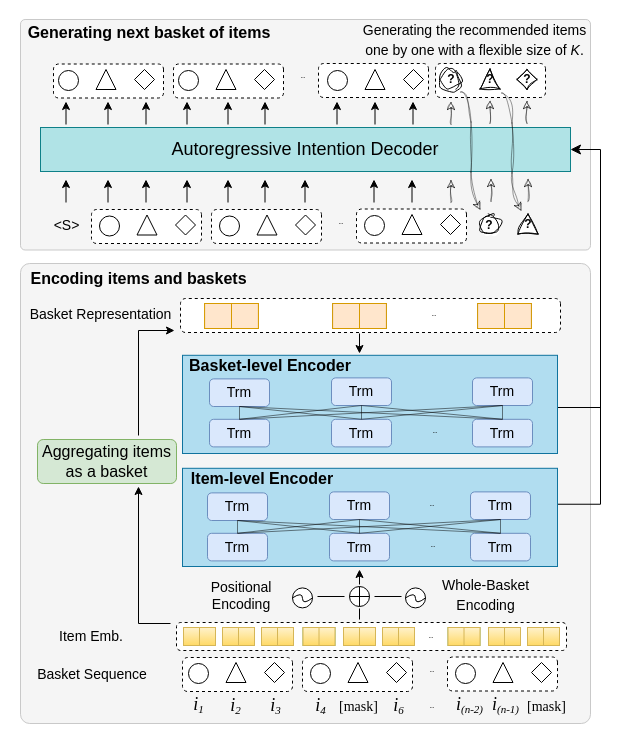
wenqisun/data keeps this draw.io diagram as architecture.drawio. Above is the earlier version. Source tidied: cells renumbered, new cells numbered last; positions are measured from the earlier drawing's top-left corner, leaving out a move shared by most shapes. Both pictures are drawn from the tidied source at 100%, with x=0, y=0 at pixel (17, 17).
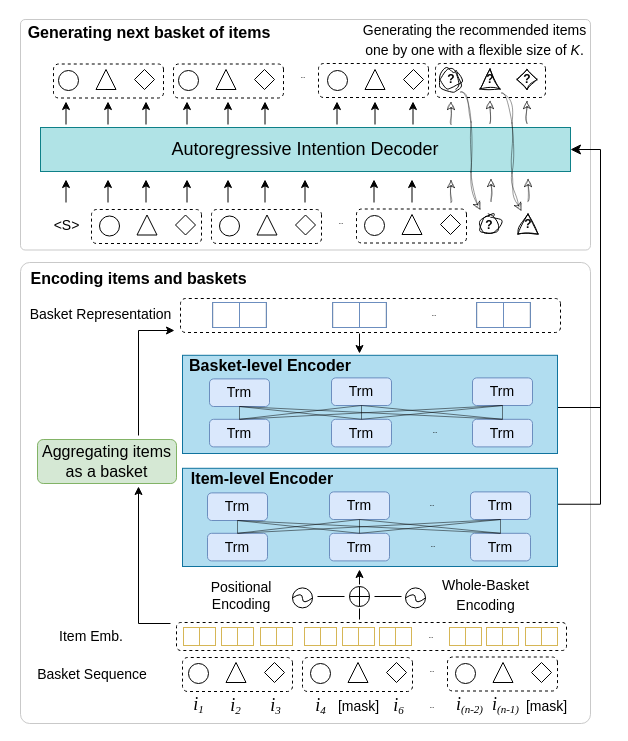
The same page after the edit.

Unchanged cells that the change refers to:
```xml
<mxCell id="102" style="group;" parent="1" vertex="1">
  <mxGeometry x="164" y="445" width="376" height="116" as="geometry" />
</mxCell>
<mxCell id="134" style="group;" parent="1" vertex="1">
  <mxGeometry x="163" y="280" width="380" height="35" as="geometry" />
</mxCell>
```

What changed in the source:
```diff
@@
+    <mxCell id="191" style="rounded=1;whiteSpace=wrap;html=1;fontFamily=Comic Sans MS;fontSize=12;arcSize=2;strokeColor=#c9c9c9;" parent="1" vertex="1">
+      <mxGeometry x="3" y="245" width="570" height="461" as="geometry" />
+    </mxCell>
-    <mxCell id="2" style="rounded=1;whiteSpace=wrap;html=1;fontFamily=Comic Sans MS;fontSize=12;arcSize=2;fillColor=#f5f5f5;strokeColor=#C9C9C9;fontColor=#333333;" parent="1" vertex="1">
+    <mxCell id="2" style="rounded=1;whiteSpace=wrap;html=1;fontFamily=Comic Sans MS;fontSize=12;arcSize=2;strokeColor=#C9C9C9;" parent="1" vertex="1">
       <mxGeometry x="3" y="2" width="570" height="230.5" as="geometry" />
     </mxCell>
-    <mxCell id="3" style="rounded=1;whiteSpace=wrap;html=1;fontFamily=Comic Sans MS;fontSize=12;arcSize=2;fillColor=#f5f5f5;strokeColor=#C9C9C9;fontColor=#333333;" parent="1" vertex="1">
-      <mxGeometry x="3" y="246" width="570" height="460" as="geometry" />
-    </mxCell>
@@
-    <mxCell id="6" value="&lt;font style=&quot;font-size: 16px;&quot;&gt;Aggregating items &lt;br&gt;as a basket&lt;/font&gt;" style="rounded=1;whiteSpace=wrap;html=1;fontSize=14;fillColor=#d5e8d4;strokeColor=#82b366;arcSize=13;" parent="1" vertex="1">
+    <mxCell id="6" value="&lt;font style=&quot;font-size: 16px;&quot;&gt;Aggregating items &lt;br&gt;as a basket&lt;/font&gt;" style="rounded=1;whiteSpace=wrap;html=1;fontSize=14;fillColor=#d5e8d4;strokeColor=#82b366;arcSize=13;gradientColor=none;" parent="1" vertex="1">
       <mxGeometry x="20" y="422" width="139" height="44" as="geometry" />
     </mxCell>
@@
-    <mxCell id="9" style="group;fillColor=#d5e8d4;strokeColor=#82b366;" parent="1" vertex="1">
-      <mxGeometry x="205" y="610" width="32" height="18" as="geometry" />
-    </mxCell>
-    <mxCell id="10" style="rounded=0;whiteSpace=wrap;html=1;fontFamily=Comic Sans MS;fontSize=11;fillColor=#fff2cc;strokeColor=#d6b656;gradientColor=#ffd966;" parent="9" vertex="1">
-      <mxGeometry width="32" height="18" as="geometry" />
-    </mxCell>
-    <mxCell id="11" style="endArrow=none;html=1;rounded=0;fontFamily=Comic Sans MS;fontSize=11;entryX=0.5;entryY=0;entryDx=0;entryDy=0;exitX=0.5;exitY=1;exitDx=0;exitDy=0;fillColor=#fff2cc;strokeColor=#d6b656;gradientColor=#ffd966;" parent="9" edge="1" source="10" target="10">
-      <mxGeometry relative="1" as="geometry" />
-    </mxCell>
-    <mxCell id="12" style="group;fillColor=#d5e8d4;strokeColor=#82b366;" parent="1" vertex="1">
-      <mxGeometry x="244" y="610" width="32" height="18" as="geometry" />
-    </mxCell>
-    <mxCell id="13" style="rounded=0;whiteSpace=wrap;html=1;fontFamily=Comic Sans MS;fontSize=11;fillColor=#fff2cc;strokeColor=#d6b656;gradientColor=#ffd966;" parent="12" vertex="1">
-      <mxGeometry width="32" height="18" as="geometry" />
-    </mxCell>
-    <mxCell id="14" style="endArrow=none;html=1;rounded=0;fontFamily=Comic Sans MS;fontSize=11;entryX=0.5;entryY=0;entryDx=0;entryDy=0;exitX=0.5;exitY=1;exitDx=0;exitDy=0;fillColor=#fff2cc;strokeColor=#d6b656;gradientColor=#ffd966;" parent="12" edge="1" source="13" target="13">
-      <mxGeometry relative="1" as="geometry" />
-    </mxCell>
-    <mxCell id="15" style="group;fillColor=#d5e8d4;strokeColor=#82b366;" parent="1" vertex="1">
-      <mxGeometry x="285.5" y="610" width="32" height="18" as="geometry" />
-    </mxCell>
-    <mxCell id="16" style="rounded=0;whiteSpace=wrap;html=1;fontFamily=Comic Sans MS;fontSize=11;fillColor=#fff2cc;strokeColor=#d6b656;gradientColor=#ffd966;" parent="15" vertex="1">
-      <mxGeometry width="32" height="18" as="geometry" />
-    </mxCell>
-    <mxCell id="17" style="endArrow=none;html=1;rounded=0;fontFamily=Comic Sans MS;fontSize=11;entryX=0.5;entryY=0;entryDx=0;entryDy=0;exitX=0.5;exitY=1;exitDx=0;exitDy=0;fillColor=#fff2cc;strokeColor=#d6b656;gradientColor=#ffd966;" parent="15" edge="1" source="16" target="16">
-      <mxGeometry relative="1" as="geometry" />
-    </mxCell>
-    <mxCell id="18" style="group;fillColor=#d5e8d4;strokeColor=#82b366;" parent="1" vertex="1">
-      <mxGeometry x="326" y="610" width="32" height="18" as="geometry" />
-    </mxCell>
-    <mxCell id="19" style="rounded=0;whiteSpace=wrap;html=1;fontFamily=Comic Sans MS;fontSize=11;fillColor=#fff2cc;strokeColor=#d6b656;gradientColor=#ffd966;" parent="18" vertex="1">
-      <mxGeometry width="32" height="18" as="geometry" />
-    </mxCell>
-    <mxCell id="20" style="endArrow=none;html=1;rounded=0;fontFamily=Comic Sans MS;fontSize=11;entryX=0.5;entryY=0;entryDx=0;entryDy=0;exitX=0.5;exitY=1;exitDx=0;exitDy=0;fillColor=#fff2cc;strokeColor=#d6b656;gradientColor=#ffd966;" parent="18" edge="1" source="19" target="19">
-      <mxGeometry relative="1" as="geometry" />
-    </mxCell>
-    <mxCell id="21" style="group;fillColor=#d5e8d4;strokeColor=#82b366;" parent="1" vertex="1">
-      <mxGeometry x="365" y="610" width="32" height="18" as="geometry" />
-    </mxCell>
-    <mxCell id="22" style="rounded=0;whiteSpace=wrap;html=1;fontFamily=Comic Sans MS;fontSize=11;fillColor=#fff2cc;strokeColor=#d6b656;gradientColor=#ffd966;" parent="21" vertex="1">
-      <mxGeometry width="32" height="18" as="geometry" />
-    </mxCell>
-    <mxCell id="23" style="endArrow=none;html=1;rounded=0;fontFamily=Comic Sans MS;fontSize=11;entryX=0.5;entryY=0;entryDx=0;entryDy=0;exitX=0.5;exitY=1;exitDx=0;exitDy=0;fillColor=#fff2cc;strokeColor=#d6b656;gradientColor=#ffd966;" parent="21" edge="1" source="22" target="22">
-      <mxGeometry relative="1" as="geometry" />
-    </mxCell>
@@
-    <mxCell id="25" style="group;fillColor=#d5e8d4;strokeColor=#82b366;" parent="1" vertex="1">
-      <mxGeometry x="430.5" y="610" width="32" height="18" as="geometry" />
-    </mxCell>
-    <mxCell id="26" style="rounded=0;whiteSpace=wrap;html=1;fontFamily=Comic Sans MS;fontSize=11;fillColor=#fff2cc;strokeColor=#d6b656;gradientColor=#ffd966;" parent="25" vertex="1">
-      <mxGeometry width="32" height="18" as="geometry" />
-    </mxCell>
-    <mxCell id="27" style="endArrow=none;html=1;rounded=0;fontFamily=Comic Sans MS;fontSize=11;entryX=0.5;entryY=0;entryDx=0;entryDy=0;exitX=0.5;exitY=1;exitDx=0;exitDy=0;fillColor=#fff2cc;strokeColor=#d6b656;gradientColor=#ffd966;" parent="25" edge="1" source="26" target="26">
-      <mxGeometry relative="1" as="geometry" />
-    </mxCell>
-    <mxCell id="28" style="group;fillColor=#d5e8d4;strokeColor=#82b366;" parent="1" vertex="1">
-      <mxGeometry x="471" y="610" width="32" height="18" as="geometry" />
-    </mxCell>
-    <mxCell id="29" style="rounded=0;whiteSpace=wrap;html=1;fontFamily=Comic Sans MS;fontSize=11;fillColor=#fff2cc;strokeColor=#d6b656;gradientColor=#ffd966;" parent="28" vertex="1">
-      <mxGeometry width="32" height="18" as="geometry" />
-    </mxCell>
-    <mxCell id="30" style="endArrow=none;html=1;rounded=0;fontFamily=Comic Sans MS;fontSize=11;entryX=0.5;entryY=0;entryDx=0;entryDy=0;exitX=0.5;exitY=1;exitDx=0;exitDy=0;fillColor=#fff2cc;strokeColor=#d6b656;gradientColor=#ffd966;" parent="28" edge="1" source="29" target="29">
-      <mxGeometry relative="1" as="geometry" />
-    </mxCell>
-    <mxCell id="31" style="group;fillColor=#d5e8d4;strokeColor=#82b366;" parent="1" vertex="1">
-      <mxGeometry x="510" y="610" width="32" height="18" as="geometry" />
-    </mxCell>
-    <mxCell id="32" style="rounded=0;whiteSpace=wrap;html=1;fontFamily=Comic Sans MS;fontSize=11;fillColor=#fff2cc;strokeColor=#d6b656;gradientColor=#ffd966;" parent="31" vertex="1">
-      <mxGeometry width="32" height="18" as="geometry" />
-    </mxCell>
-    <mxCell id="33" style="endArrow=none;html=1;rounded=0;fontFamily=Comic Sans MS;fontSize=11;entryX=0.5;entryY=0;entryDx=0;entryDy=0;exitX=0.5;exitY=1;exitDx=0;exitDy=0;fillColor=#fff2cc;strokeColor=#d6b656;gradientColor=#ffd966;" parent="31" edge="1" source="32" target="32">
-      <mxGeometry relative="1" as="geometry" />
-    </mxCell>
@@
-    <mxCell id="95" style="rounded=0;whiteSpace=wrap;html=1;fontFamily=Comic Sans MS;fontSize=11;fillColor=#fff2cc;strokeColor=#d6b656;gradientColor=#ffd966;" parent="1" vertex="1">
-      <mxGeometry x="166" y="610" width="32" height="18" as="geometry" />
-    </mxCell>
-    <mxCell id="96" style="endArrow=none;html=1;rounded=0;fontFamily=Comic Sans MS;fontSize=11;entryX=0.5;entryY=0;entryDx=0;entryDy=0;exitX=0.5;exitY=1;exitDx=0;exitDy=0;fillColor=#fff2cc;strokeColor=#d6b656;gradientColor=#ffd966;" parent="1" edge="1" source="95" target="95">
-      <mxGeometry relative="1" as="geometry" />
-    </mxCell>
@@
-    <mxCell id="104" value="&lt;font style=&quot;font-size: 14px;&quot;&gt;Trm&lt;/font&gt;" style="rounded=1;whiteSpace=wrap;html=1;fillColor=#dae8fc;strokeColor=#6c8ebf;" parent="102" vertex="1">
+    <mxCell id="104" value="&lt;font style=&quot;font-size: 14px;&quot;&gt;Trm&lt;/font&gt;" style="rounded=1;whiteSpace=wrap;html=1;fillColor=#dae8fc;strokeColor=#6c8ebf;gradientColor=none;" parent="102" vertex="1">
       <mxGeometry x="26" y="30.4" width="60" height="27.6" as="geometry" />
     </mxCell>
@@
-    <mxCell id="137" style="group;fillColor=#ffcd28;strokeColor=#d79b00;gradientColor=#ffa500;" parent="134" vertex="1">
-      <mxGeometry x="24.1" y="6" width="53.8" height="25" as="geometry" />
-    </mxCell>
-    <mxCell id="138" style="rounded=0;whiteSpace=wrap;html=1;fontFamily=Comic Sans MS;fontSize=11;fillColor=#ffe6cc;strokeColor=#d79b00;" parent="137" vertex="1">
-      <mxGeometry width="53.8" height="25" as="geometry" />
-    </mxCell>
-    <mxCell id="139" style="endArrow=none;html=1;rounded=0;fontFamily=Comic Sans MS;fontSize=11;entryX=0.5;entryY=0;entryDx=0;entryDy=0;exitX=0.5;exitY=1;exitDx=0;exitDy=0;fillColor=#ffe6cc;strokeColor=#d79b00;" parent="137" edge="1" source="138" target="138">
-      <mxGeometry relative="1" as="geometry" />
-    </mxCell>
-    <mxCell id="140" style="group;fillColor=#f5f5f5;strokeColor=#666666;fontColor=#333333;" parent="1" vertex="1">
-      <mxGeometry x="315.1" y="286" width="53.8" height="25" as="geometry" />
-    </mxCell>
-    <mxCell id="141" style="rounded=0;whiteSpace=wrap;html=1;fontFamily=Comic Sans MS;fontSize=11;fillColor=#ffe6cc;strokeColor=#d79b00;" parent="140" vertex="1">
-      <mxGeometry width="53.8" height="25" as="geometry" />
-    </mxCell>
-    <mxCell id="142" style="endArrow=none;html=1;rounded=0;fontFamily=Comic Sans MS;fontSize=11;entryX=0.5;entryY=0;entryDx=0;entryDy=0;exitX=0.5;exitY=1;exitDx=0;exitDy=0;fillColor=#ffe6cc;strokeColor=#d79b00;" parent="140" edge="1" source="141" target="141">
-      <mxGeometry relative="1" as="geometry" />
-    </mxCell>
-    <mxCell id="143" style="group;fillColor=#f5f5f5;strokeColor=#666666;fontColor=#333333;" parent="1" vertex="1">
-      <mxGeometry x="460.1" y="286" width="53.8" height="25" as="geometry" />
-    </mxCell>
-    <mxCell id="144" style="rounded=0;whiteSpace=wrap;html=1;fontFamily=Comic Sans MS;fontSize=11;fillColor=#ffe6cc;strokeColor=#d79b00;" parent="143" vertex="1">
-      <mxGeometry width="53.8" height="25" as="geometry" />
-    </mxCell>
-    <mxCell id="145" style="endArrow=none;html=1;rounded=0;fontFamily=Comic Sans MS;fontSize=11;entryX=0.5;entryY=0;entryDx=0;entryDy=0;exitX=0.5;exitY=1;exitDx=0;exitDy=0;fillColor=#ffe6cc;strokeColor=#d79b00;" parent="143" edge="1" source="144" target="144">
-      <mxGeometry relative="1" as="geometry" />
-    </mxCell>
@@
-    <mxCell id="185" value="&lt;font style=&quot;font-size: 14px;&quot; face=&quot;Times New Roman&quot;&gt;[mask]&lt;/font&gt;" style="text;strokeColor=none;align=center;fillColor=none;html=1;verticalAlign=middle;whiteSpace=wrap;rounded=0;fontSize=14;fontFamily=Helvetica;" parent="1" vertex="1">
+    <mxCell id="185" value="&lt;font style=&quot;font-size: 14px;&quot;&gt;[mask]&lt;/font&gt;" style="text;strokeColor=none;align=center;fillColor=none;html=1;verticalAlign=middle;whiteSpace=wrap;rounded=0;fontSize=14;fontFamily=Helvetica;" parent="1" vertex="1">
       <mxGeometry x="328" y="674" width="27" height="30" as="geometry" />
     </mxCell>
@@
-    <mxCell id="188" value="&lt;font style=&quot;font-size: 14px;&quot; face=&quot;Times New Roman&quot;&gt;[mask]&lt;/font&gt;" style="text;strokeColor=none;align=center;fillColor=none;html=1;verticalAlign=middle;whiteSpace=wrap;rounded=0;fontSize=14;fontFamily=Helvetica;" parent="1" vertex="1">
+    <mxCell id="188" value="&lt;font style=&quot;font-size: 14px;&quot;&gt;[mask]&lt;/font&gt;" style="text;strokeColor=none;align=center;fillColor=none;html=1;verticalAlign=middle;whiteSpace=wrap;rounded=0;fontSize=14;fontFamily=Helvetica;" parent="1" vertex="1">
       <mxGeometry x="515.5" y="673.5" width="27" height="30" as="geometry" />
     </mxCell>
@@
+    <mxCell id="192" style="group;" parent="1" vertex="1">
+      <mxGeometry x="166" y="610" width="32" height="18" as="geometry" />
+    </mxCell>
+    <mxCell id="95" style="rounded=0;whiteSpace=wrap;html=1;fontFamily=Comic Sans MS;fontSize=11;fillColor=none;strokeColor=#d6b656;gradientColor=#ffd966;" parent="192" vertex="1">
+      <mxGeometry width="32" height="18" as="geometry" />
+    </mxCell>
+    <mxCell id="96" style="endArrow=none;html=1;rounded=0;fontFamily=Comic Sans MS;fontSize=11;entryX=0.5;entryY=0;entryDx=0;entryDy=0;exitX=0.5;exitY=1;exitDx=0;exitDy=0;fillColor=#fff2cc;strokeColor=#d6b656;gradientColor=#ffd966;" parent="192" edge="1" source="95" target="95">
+      <mxGeometry relative="1" as="geometry" />
+    </mxCell>
+    <mxCell id="193" style="group;" parent="1" vertex="1">
+      <mxGeometry x="243" y="610" width="32" height="18" as="geometry" />
+    </mxCell>
+    <mxCell id="194" style="rounded=0;whiteSpace=wrap;html=1;fontFamily=Comic Sans MS;fontSize=11;fillColor=none;strokeColor=#d6b656;gradientColor=#ffd966;" parent="193" vertex="1">
+      <mxGeometry width="32" height="18" as="geometry" />
+    </mxCell>
+    <mxCell id="195" style="endArrow=none;html=1;rounded=0;fontFamily=Comic Sans MS;fontSize=11;entryX=0.5;entryY=0;entryDx=0;entryDy=0;exitX=0.5;exitY=1;exitDx=0;exitDy=0;fillColor=#fff2cc;strokeColor=#d6b656;gradientColor=#ffd966;" parent="193" edge="1" source="194" target="194">
+      <mxGeometry relative="1" as="geometry" />
+    </mxCell>
+    <mxCell id="196" style="group;" parent="1" vertex="1">
+      <mxGeometry x="362" y="610" width="32" height="18" as="geometry" />
+    </mxCell>
+    <mxCell id="197" style="rounded=0;whiteSpace=wrap;html=1;fontFamily=Comic Sans MS;fontSize=11;fillColor=none;strokeColor=#d6b656;gradientColor=#ffd966;" parent="196" vertex="1">
+      <mxGeometry width="32" height="18" as="geometry" />
+    </mxCell>
+    <mxCell id="198" style="endArrow=none;html=1;rounded=0;fontFamily=Comic Sans MS;fontSize=11;entryX=0.5;entryY=0;entryDx=0;entryDy=0;exitX=0.5;exitY=1;exitDx=0;exitDy=0;fillColor=#fff2cc;strokeColor=#d6b656;gradientColor=#ffd966;" parent="196" edge="1" source="197" target="197">
+      <mxGeometry relative="1" as="geometry" />
+    </mxCell>
+    <mxCell id="199" style="group;" parent="1" vertex="1">
+      <mxGeometry x="287" y="610" width="32" height="18" as="geometry" />
+    </mxCell>
+    <mxCell id="200" style="rounded=0;whiteSpace=wrap;html=1;fontFamily=Comic Sans MS;fontSize=11;fillColor=none;strokeColor=#d6b656;gradientColor=#ffd966;" parent="199" vertex="1">
+      <mxGeometry width="32" height="18" as="geometry" />
+    </mxCell>
+    <mxCell id="201" style="endArrow=none;html=1;rounded=0;fontFamily=Comic Sans MS;fontSize=11;entryX=0.5;entryY=0;entryDx=0;entryDy=0;exitX=0.5;exitY=1;exitDx=0;exitDy=0;fillColor=#fff2cc;strokeColor=#d6b656;gradientColor=#ffd966;" parent="199" edge="1" source="200" target="200">
+      <mxGeometry relative="1" as="geometry" />
+    </mxCell>
+    <mxCell id="202" style="group;" parent="1" vertex="1">
+      <mxGeometry x="204" y="610" width="32" height="18" as="geometry" />
+    </mxCell>
+    <mxCell id="203" style="rounded=0;whiteSpace=wrap;html=1;fontFamily=Comic Sans MS;fontSize=11;fillColor=none;strokeColor=#d6b656;gradientColor=#ffd966;" parent="202" vertex="1">
+      <mxGeometry width="32" height="18" as="geometry" />
+    </mxCell>
+    <mxCell id="204" style="endArrow=none;html=1;rounded=0;fontFamily=Comic Sans MS;fontSize=11;entryX=0.5;entryY=0;entryDx=0;entryDy=0;exitX=0.5;exitY=1;exitDx=0;exitDy=0;fillColor=#fff2cc;strokeColor=#d6b656;gradientColor=#ffd966;" parent="202" edge="1" source="203" target="203">
+      <mxGeometry relative="1" as="geometry" />
+    </mxCell>
+    <mxCell id="205" style="group;" parent="1" vertex="1">
+      <mxGeometry x="508" y="610" width="32" height="18" as="geometry" />
+    </mxCell>
+    <mxCell id="206" style="rounded=0;whiteSpace=wrap;html=1;fontFamily=Comic Sans MS;fontSize=11;fillColor=none;strokeColor=#d6b656;gradientColor=#ffd966;" parent="205" vertex="1">
+      <mxGeometry width="32" height="18" as="geometry" />
+    </mxCell>
+    <mxCell id="207" style="endArrow=none;html=1;rounded=0;fontFamily=Comic Sans MS;fontSize=11;entryX=0.5;entryY=0;entryDx=0;entryDy=0;exitX=0.5;exitY=1;exitDx=0;exitDy=0;fillColor=#fff2cc;strokeColor=#d6b656;gradientColor=#ffd966;" parent="205" edge="1" source="206" target="206">
+      <mxGeometry relative="1" as="geometry" />
+    </mxCell>
+    <mxCell id="208" style="group;" parent="1" vertex="1">
+      <mxGeometry x="325" y="610" width="32" height="18" as="geometry" />
+    </mxCell>
+    <mxCell id="209" style="rounded=0;whiteSpace=wrap;html=1;fontFamily=Comic Sans MS;fontSize=11;fillColor=none;strokeColor=#d6b656;gradientColor=#ffd966;" parent="208" vertex="1">
+      <mxGeometry width="32" height="18" as="geometry" />
+    </mxCell>
+    <mxCell id="210" style="endArrow=none;html=1;rounded=0;fontFamily=Comic Sans MS;fontSize=11;entryX=0.5;entryY=0;entryDx=0;entryDy=0;exitX=0.5;exitY=1;exitDx=0;exitDy=0;fillColor=#fff2cc;strokeColor=#d6b656;gradientColor=#ffd966;" parent="208" edge="1" source="209" target="209">
+      <mxGeometry relative="1" as="geometry" />
+    </mxCell>
+    <mxCell id="211" style="group;" parent="1" vertex="1">
+      <mxGeometry x="432" y="610" width="32" height="18" as="geometry" />
+    </mxCell>
+    <mxCell id="212" style="rounded=0;whiteSpace=wrap;html=1;fontFamily=Comic Sans MS;fontSize=11;fillColor=none;strokeColor=#d6b656;gradientColor=#ffd966;" parent="211" vertex="1">
+      <mxGeometry width="32" height="18" as="geometry" />
+    </mxCell>
+    <mxCell id="213" style="endArrow=none;html=1;rounded=0;fontFamily=Comic Sans MS;fontSize=11;entryX=0.5;entryY=0;entryDx=0;entryDy=0;exitX=0.5;exitY=1;exitDx=0;exitDy=0;fillColor=#fff2cc;strokeColor=#d6b656;gradientColor=#ffd966;" parent="211" edge="1" source="212" target="212">
+      <mxGeometry relative="1" as="geometry" />
+    </mxCell>
+    <mxCell id="214" style="group;" parent="1" vertex="1">
+      <mxGeometry x="469" y="610" width="32" height="18" as="geometry" />
+    </mxCell>
+    <mxCell id="215" style="rounded=0;whiteSpace=wrap;html=1;fontFamily=Comic Sans MS;fontSize=11;fillColor=none;strokeColor=#d6b656;gradientColor=#ffd966;" parent="214" vertex="1">
+      <mxGeometry width="32" height="18" as="geometry" />
+    </mxCell>
+    <mxCell id="216" style="endArrow=none;html=1;rounded=0;fontFamily=Comic Sans MS;fontSize=11;entryX=0.5;entryY=0;entryDx=0;entryDy=0;exitX=0.5;exitY=1;exitDx=0;exitDy=0;fillColor=#fff2cc;strokeColor=#d6b656;gradientColor=#ffd966;" parent="214" edge="1" source="215" target="215">
+      <mxGeometry relative="1" as="geometry" />
+    </mxCell>
+    <mxCell id="217" style="group;" parent="1" vertex="1">
+      <mxGeometry x="459.1" y="285" width="53.8" height="25" as="geometry" />
+    </mxCell>
+    <mxCell id="140" style="group;fillColor=default;strokeColor=#666666;fontColor=#333333;" parent="217" vertex="1">
+      <mxGeometry width="53.8" height="25" as="geometry" />
+    </mxCell>
+    <mxCell id="141" style="rounded=0;whiteSpace=wrap;html=1;fontFamily=Comic Sans MS;fontSize=11;fillColor=none;strokeColor=#6c8ebf;" parent="217" vertex="1">
+      <mxGeometry width="53.8" height="25" as="geometry" />
+    </mxCell>
+    <mxCell id="142" style="endArrow=none;html=1;rounded=0;fontFamily=Comic Sans MS;fontSize=11;entryX=0.5;entryY=0;entryDx=0;entryDy=0;exitX=0.5;exitY=1;exitDx=0;exitDy=0;fillColor=#dae8fc;strokeColor=#6c8ebf;" parent="217" edge="1" source="141" target="141">
+      <mxGeometry relative="1" as="geometry" />
+    </mxCell>
+    <mxCell id="218" style="group;" parent="1" vertex="1">
+      <mxGeometry x="315.1" y="285" width="53.8" height="25" as="geometry" />
+    </mxCell>
+    <mxCell id="219" style="group;fillColor=default;strokeColor=#666666;fontColor=#333333;" parent="218" vertex="1">
+      <mxGeometry width="53.8" height="25" as="geometry" />
+    </mxCell>
+    <mxCell id="220" style="rounded=0;whiteSpace=wrap;html=1;fontFamily=Comic Sans MS;fontSize=11;fillColor=none;strokeColor=#6c8ebf;" parent="218" vertex="1">
+      <mxGeometry width="53.8" height="25" as="geometry" />
+    </mxCell>
+    <mxCell id="221" style="endArrow=none;html=1;rounded=0;fontFamily=Comic Sans MS;fontSize=11;entryX=0.5;entryY=0;entryDx=0;entryDy=0;exitX=0.5;exitY=1;exitDx=0;exitDy=0;fillColor=#dae8fc;strokeColor=#6c8ebf;" parent="218" edge="1" source="220" target="220">
+      <mxGeometry relative="1" as="geometry" />
+    </mxCell>
+    <mxCell id="222" style="group;" parent="1" vertex="1">
+      <mxGeometry x="195.1" y="285" width="53.8" height="25" as="geometry" />
+    </mxCell>
+    <mxCell id="223" style="group;fillColor=default;strokeColor=#666666;fontColor=#333333;" parent="222" vertex="1">
+      <mxGeometry width="53.8" height="25" as="geometry" />
+    </mxCell>
+    <mxCell id="224" style="rounded=0;whiteSpace=wrap;html=1;fontFamily=Comic Sans MS;fontSize=11;fillColor=none;strokeColor=#6c8ebf;" parent="222" vertex="1">
+      <mxGeometry width="53.8" height="25" as="geometry" />
+    </mxCell>
+    <mxCell id="225" style="endArrow=none;html=1;rounded=0;fontFamily=Comic Sans MS;fontSize=11;entryX=0.5;entryY=0;entryDx=0;entryDy=0;exitX=0.5;exitY=1;exitDx=0;exitDy=0;fillColor=#dae8fc;strokeColor=#6c8ebf;" parent="222" edge="1" source="224" target="224">
+      <mxGeometry relative="1" as="geometry" />
+    </mxCell>
```
